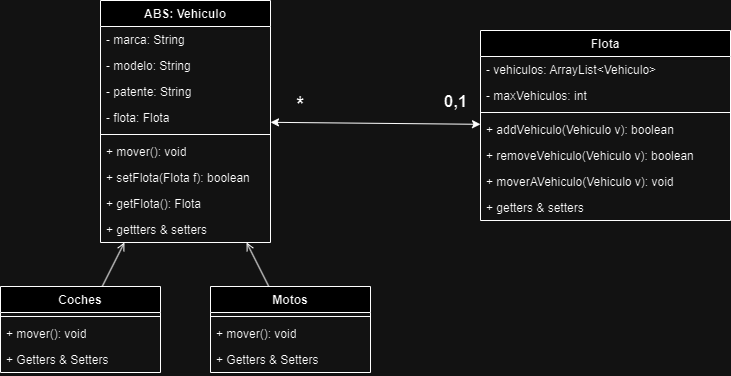
The draw.io diagram poo/tarea/DiagramaFlotaVehiculos/Sistema de Gestión de Vehículos.drawio.png in LeonardoReichert/InformatorioJava, before a commit. Source tidied: cells renumbered, new cells last; positions are measured from the earlier drawing's top-left corner, leaving out a move shared by most shapes.
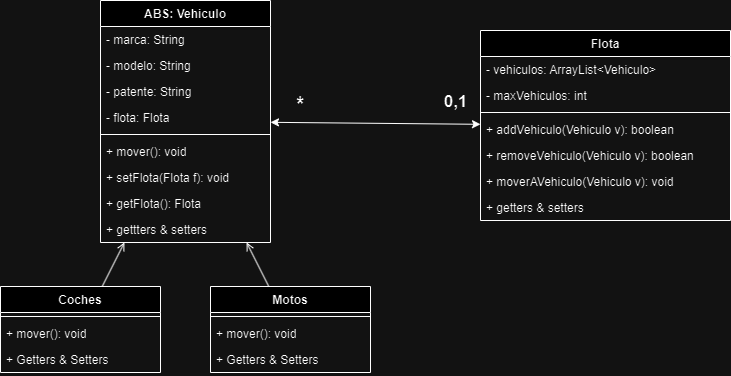
Above is the later version.

Commit message:
pequenia correccion en el diagrama

The edit, as a diff of the source:
```diff
@@ -23,7 +23,7 @@
     <mxCell id="8" value="+ mover(): void" style="text;strokeColor=none;fillColor=none;align=left;verticalAlign=top;spacingLeft=4;spacingRight=4;overflow=hidden;whiteSpace=wrap;html=1;" parent="2" vertex="1">
       <mxGeometry y="138" width="170" height="26" as="geometry" />
     </mxCell>
-    <mxCell id="9" value="+ setFlota(Flota f): boolean" style="text;strokeColor=none;fillColor=none;align=left;verticalAlign=top;spacingLeft=4;spacingRight=4;overflow=hidden;whiteSpace=wrap;html=1;" parent="2" vertex="1">
+    <mxCell id="9" value="+ setFlota(Flota f): void" style="text;strokeColor=none;fillColor=none;align=left;verticalAlign=top;spacingLeft=4;spacingRight=4;overflow=hidden;whiteSpace=wrap;html=1;" parent="2" vertex="1">
       <mxGeometry y="164" width="170" height="26" as="geometry" />
     </mxCell>
     <mxCell id="10" value="+ getFlota(): Flota" style="text;strokeColor=none;fillColor=none;align=left;verticalAlign=top;spacingLeft=4;spacingRight=4;overflow=hidden;whiteSpace=wrap;html=1;" parent="2" vertex="1">
```
